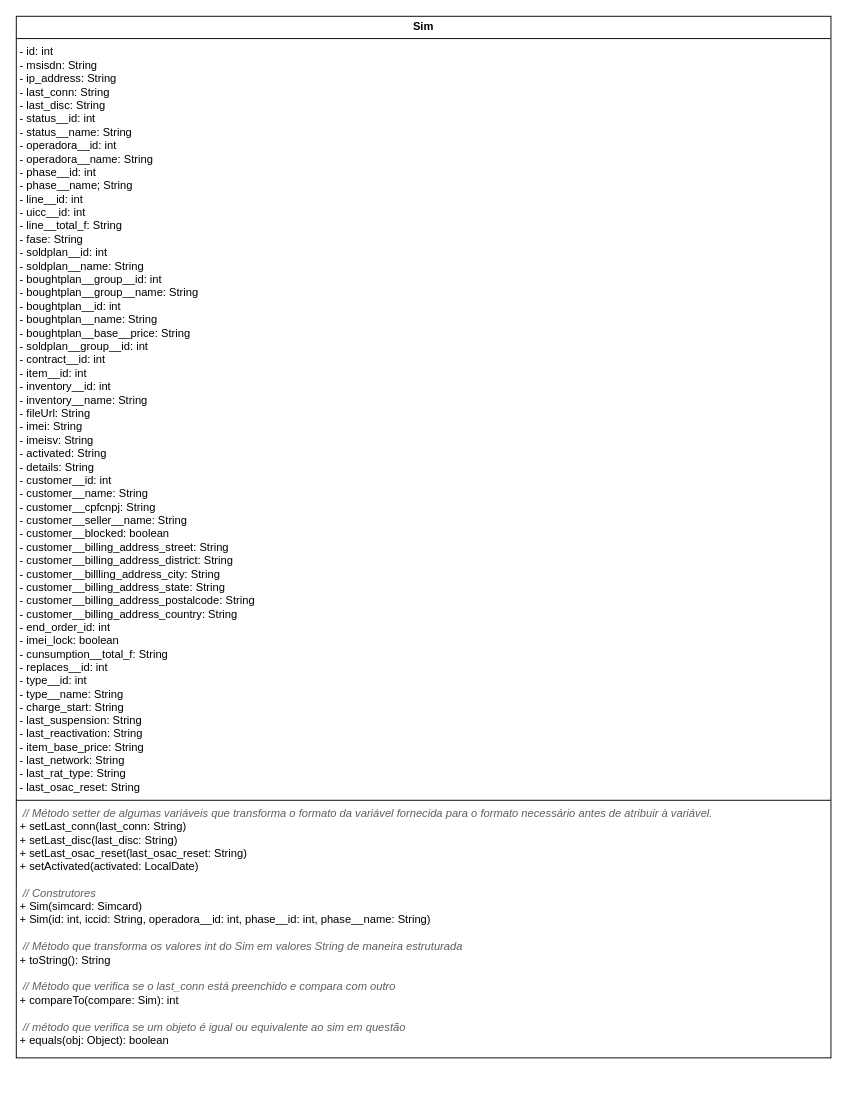
Earlier version of the draw.io diagram Sim.drawio (GiovanniMendesC/diagrama-classes-LSM). Source tidied: cells renumbered, new cells numbered last; positions are measured from the earlier drawing's top-left corner, leaving out a move shared by most shapes. Both pictures are drawn from the tidied source at 93%, with x=0, y=0 at pixel (16, 16).
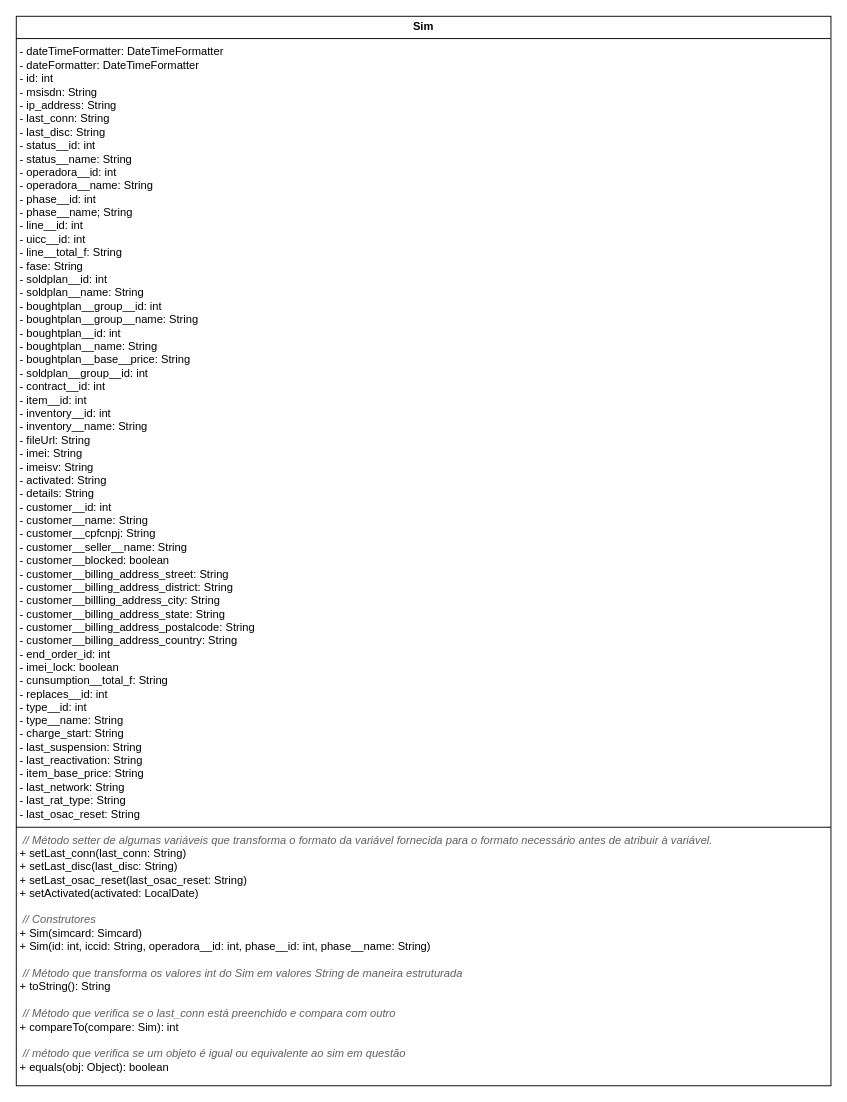
After the change.

Change to the diagram source:
```diff
@@
 <mxGraphModel>
   <root>
     <mxCell id="0" />
     <mxCell id="1" parent="0" />
-    <mxCell id="2" value="&lt;p style=&quot;margin:0px;margin-top:4px;text-align:center;&quot;&gt;&lt;b&gt;Sim&lt;/b&gt;&lt;/p&gt;&lt;hr size=&quot;1&quot; style=&quot;border-style:solid;&quot;&gt;&lt;p style=&quot;margin:0px;margin-left:4px;&quot;&gt;- id: int&lt;/p&gt;&lt;p style=&quot;margin:0px;margin-left:4px;&quot;&gt;- msisdn: String&lt;/p&gt;&lt;p style=&quot;margin:0px;margin-left:4px;&quot;&gt;- ip_address: String&lt;/p&gt;&lt;p style=&quot;margin:0px;margin-left:4px;&quot;&gt;- last_conn: String&lt;/p&gt;&lt;p style=&quot;margin:0px;margin-left:4px;&quot;&gt;- last_disc: String&lt;/p&gt;&lt;p style=&quot;margin:0px;margin-left:4px;&quot;&gt;- status__id: int&lt;/p&gt;&lt;p style=&quot;margin:0px;margin-left:4px;&quot;&gt;- status__name: String&lt;/p&gt;&lt;p style=&quot;margin:0px;margin-left:4px;&quot;&gt;- operadora__id: int&lt;/p&gt;&lt;p style=&quot;margin:0px;margin-left:4px;&quot;&gt;- operadora__name: String&lt;/p&gt;&lt;p style=&quot;margin:0px;margin-left:4px;&quot;&gt;- phase__id: int&lt;/p&gt;&lt;p style=&quot;margin:0px;margin-left:4px;&quot;&gt;- phase__name; String&lt;/p&gt;&lt;p style=&quot;margin:0px;margin-left:4px;&quot;&gt;- line__id: int&lt;/p&gt;&lt;p style=&quot;margin:0px;margin-left:4px;&quot;&gt;- uicc__id: int&lt;/p&gt;&lt;p style=&quot;margin:0px;margin-left:4px;&quot;&gt;- line__total_f: String&lt;/p&gt;&lt;p style=&quot;margin:0px;margin-left:4px;&quot;&gt;- fase: String&lt;/p&gt;&lt;p style=&quot;margin:0px;margin-left:4px;&quot;&gt;- soldplan__id: int&lt;/p&gt;&lt;p style=&quot;margin:0px;margin-left:4px;&quot;&gt;- soldplan__name: String&lt;/p&gt;&lt;p style=&quot;margin:0px;margin-left:4px;&quot;&gt;- boughtplan__group__id: int&lt;/p&gt;&lt;p style=&quot;margin:0px;margin-left:4px;&quot;&gt;- boughtplan__group__name: String&lt;/p&gt;&lt;p style=&quot;margin:0px;margin-left:4px;&quot;&gt;- boughtplan__id: int&lt;/p&gt;&lt;p style=&quot;margin:0px;margin-left:4px;&quot;&gt;- boughtplan__name: String&lt;/p&gt;&lt;p style=&quot;margin:0px;margin-left:4px;&quot;&gt;- boughtplan__base__price: String&lt;/p&gt;&lt;p style=&quot;margin:0px;margin-left:4px;&quot;&gt;- soldplan__group__id: int&lt;/p&gt;&lt;p style=&quot;margin:0px;margin-left:4px;&quot;&gt;- contract__id: int&lt;/p&gt;&lt;p style=&quot;margin:0px;margin-left:4px;&quot;&gt;- item__id: int&lt;/p&gt;&lt;p style=&quot;margin:0px;margin-left:4px;&quot;&gt;- inventory__id: int&lt;/p&gt;&lt;p style=&quot;margin:0px;margin-left:4px;&quot;&gt;- inventory__name: String&lt;/p&gt;&lt;p style=&quot;margin:0px;margin-left:4px;&quot;&gt;- fileUrl: String&lt;/p&gt;&lt;p style=&quot;margin:0px;margin-left:4px;&quot;&gt;- imei: String&lt;/p&gt;&lt;p style=&quot;margin:0px;margin-left:4px;&quot;&gt;- imeisv: String&lt;/p&gt;&lt;p style=&quot;margin:0px;margin-left:4px;&quot;&gt;- activated: String&lt;/p&gt;&lt;p style=&quot;margin:0px;margin-left:4px;&quot;&gt;- details: String&lt;/p&gt;&lt;p style=&quot;margin:0px;margin-left:4px;&quot;&gt;- customer__id: int&lt;/p&gt;&lt;p style=&quot;margin:0px;margin-left:4px;&quot;&gt;- customer__name: String&lt;/p&gt;&lt;p style=&quot;margin:0px;margin-left:4px;&quot;&gt;- customer__cpfcnpj: String&lt;/p&gt;&lt;p style=&quot;margin:0px;margin-left:4px;&quot;&gt;- customer__seller__name: String&lt;/p&gt;&lt;p style=&quot;margin:0px;margin-left:4px;&quot;&gt;- customer__blocked: boolean&lt;/p&gt;&lt;p style=&quot;margin:0px;margin-left:4px;&quot;&gt;- customer__billing_address_street: String&lt;/p&gt;&lt;p style=&quot;margin:0px;margin-left:4px;&quot;&gt;- customer__billing_address_district: String&lt;/p&gt;&lt;p style=&quot;margin:0px;margin-left:4px;&quot;&gt;- customer__billling_address_city: String&lt;/p&gt;&lt;p style=&quot;margin:0px;margin-left:4px;&quot;&gt;- customer__billing_address_state: String&lt;/p&gt;&lt;p style=&quot;margin:0px;margin-left:4px;&quot;&gt;- customer__billing_address_postalcode: String&lt;/p&gt;&lt;p style=&quot;margin:0px;margin-left:4px;&quot;&gt;- customer__billing_address_country: String&lt;/p&gt;&lt;p style=&quot;margin:0px;margin-left:4px;&quot;&gt;- end_order_id: int&lt;/p&gt;&lt;p style=&quot;margin:0px;margin-left:4px;&quot;&gt;- imei_lock: boolean&lt;/p&gt;&lt;p style=&quot;margin:0px;margin-left:4px;&quot;&gt;- cunsumption__total_f: String&lt;/p&gt;&lt;p style=&quot;margin:0px;margin-left:4px;&quot;&gt;- replaces__id: int&lt;/p&gt;&lt;p style=&quot;margin:0px;margin-left:4px;&quot;&gt;- type__id: int&lt;/p&gt;&lt;p style=&quot;margin:0px;margin-left:4px;&quot;&gt;- type__name: String&lt;/p&gt;&lt;p style=&quot;margin:0px;margin-left:4px;&quot;&gt;- charge_start: String&lt;/p&gt;&lt;p style=&quot;margin:0px;margin-left:4px;&quot;&gt;- last_suspension: String&lt;/p&gt;&lt;p style=&quot;margin:0px;margin-left:4px;&quot;&gt;- last_reactivation: String&lt;/p&gt;&lt;p style=&quot;margin:0px;margin-left:4px;&quot;&gt;- item_base_price: String&lt;/p&gt;&lt;p style=&quot;margin:0px;margin-left:4px;&quot;&gt;- last_network: String&lt;/p&gt;&lt;p style=&quot;margin:0px;margin-left:4px;&quot;&gt;- last_rat_type: String&lt;/p&gt;&lt;p style=&quot;margin:0px;margin-left:4px;&quot;&gt;- last_osac_reset: String&lt;/p&gt;&lt;hr size=&quot;1&quot; style=&quot;border-style:solid;&quot;&gt;&lt;p style=&quot;margin:0px;margin-left:4px;&quot;&gt;&lt;i&gt;&lt;font color=&quot;#5e5e5e&quot;&gt;&amp;nbsp;// Método setter de algumas variáveis que transforma o formato da variável fornecida para o formato necessário antes de atribuir à variável.&lt;/font&gt;&lt;/i&gt;&lt;/p&gt;&lt;p style=&quot;margin:0px;margin-left:4px;&quot;&gt;+ setLast_conn(last_conn: String)&amp;nbsp;&lt;/p&gt;&lt;p style=&quot;margin:0px;margin-left:4px;&quot;&gt;+ setLast_disc(last_disc: String)&lt;/p&gt;&lt;p style=&quot;margin:0px;margin-left:4px;&quot;&gt;+ setLast_osac_reset(last_osac_reset: String)&lt;/p&gt;&lt;p style=&quot;margin:0px;margin-left:4px;&quot;&gt;+ setActivated(activated: LocalDate)&lt;/p&gt;&lt;p style=&quot;margin:0px;margin-left:4px;&quot;&gt;&lt;br&gt;&lt;/p&gt;&lt;p style=&quot;margin:0px;margin-left:4px;&quot;&gt;&lt;i&gt;&lt;font color=&quot;#5e5e5e&quot;&gt;&amp;nbsp;// Construtores&lt;/font&gt;&lt;/i&gt;&lt;/p&gt;&lt;p style=&quot;margin:0px;margin-left:4px;&quot;&gt;+ Sim(simcard: Simcard)&lt;/p&gt;&lt;p style=&quot;margin:0px;margin-left:4px;&quot;&gt;+ Sim(id: int, iccid: String, operadora__id: int, phase__id: int, phase__name: String)&lt;/p&gt;&lt;p style=&quot;margin:0px;margin-left:4px;&quot;&gt;&lt;br&gt;&lt;/p&gt;&lt;p style=&quot;margin:0px;margin-left:4px;&quot;&gt;&lt;i&gt;&lt;font color=&quot;#5e5e5e&quot;&gt;&amp;nbsp;// Método que transforma os valores int do Sim em valores String de maneira estruturada&lt;/font&gt;&lt;/i&gt;&lt;/p&gt;&lt;p style=&quot;margin:0px;margin-left:4px;&quot;&gt;+ toString(): String&lt;/p&gt;&lt;p style=&quot;margin:0px;margin-left:4px;&quot;&gt;&lt;br&gt;&lt;/p&gt;&lt;p style=&quot;margin:0px;margin-left:4px;&quot;&gt;&lt;i&gt;&lt;font color=&quot;#5e5e5e&quot;&gt;&amp;nbsp;// Método que verifica se o last_conn está preenchido e compara com outro&amp;nbsp;&lt;/font&gt;&lt;/i&gt;&lt;/p&gt;&lt;p style=&quot;margin:0px;margin-left:4px;&quot;&gt;+ compareTo(compare: Sim): int&lt;/p&gt;&lt;p style=&quot;margin:0px;margin-left:4px;&quot;&gt;&lt;br&gt;&lt;/p&gt;&lt;p style=&quot;margin:0px;margin-left:4px;&quot;&gt;&lt;i&gt;&lt;font color=&quot;#5e5e5e&quot;&gt;&amp;nbsp;// método que verifica se um objeto é igual ou equivalente ao sim em questão&lt;/font&gt;&lt;/i&gt;&lt;/p&gt;&lt;p style=&quot;margin:0px;margin-left:4px;&quot;&gt;+ equals(obj: Object): boolean&lt;/p&gt;" style="verticalAlign=top;align=left;overflow=fill;html=1;whiteSpace=wrap;" parent="1" vertex="1">
-      <mxGeometry width="876" height="1120" as="geometry" />
+    <mxCell id="2" value="&lt;p style=&quot;margin:0px;margin-top:4px;text-align:center;&quot;&gt;&lt;b&gt;Sim&lt;/b&gt;&lt;/p&gt;&lt;hr size=&quot;1&quot; style=&quot;border-style:solid;&quot;&gt;&lt;p style=&quot;margin:0px;margin-left:4px;&quot;&gt;- dateTimeFormatter: DateTimeFormatter&lt;/p&gt;&lt;p style=&quot;margin:0px;margin-left:4px;&quot;&gt;- dateFormatter: DateTimeFormatter&lt;/p&gt;&lt;p style=&quot;margin:0px;margin-left:4px;&quot;&gt;- id: int&lt;/p&gt;&lt;p style=&quot;margin:0px;margin-left:4px;&quot;&gt;- msisdn: String&lt;/p&gt;&lt;p style=&quot;margin:0px;margin-left:4px;&quot;&gt;- ip_address: String&lt;/p&gt;&lt;p style=&quot;margin:0px;margin-left:4px;&quot;&gt;- last_conn: String&lt;/p&gt;&lt;p style=&quot;margin:0px;margin-left:4px;&quot;&gt;- last_disc: String&lt;/p&gt;&lt;p style=&quot;margin:0px;margin-left:4px;&quot;&gt;- status__id: int&lt;/p&gt;&lt;p style=&quot;margin:0px;margin-left:4px;&quot;&gt;- status__name: String&lt;/p&gt;&lt;p style=&quot;margin:0px;margin-left:4px;&quot;&gt;- operadora__id: int&lt;/p&gt;&lt;p style=&quot;margin:0px;margin-left:4px;&quot;&gt;- operadora__name: String&lt;/p&gt;&lt;p style=&quot;margin:0px;margin-left:4px;&quot;&gt;- phase__id: int&lt;/p&gt;&lt;p style=&quot;margin:0px;margin-left:4px;&quot;&gt;- phase__name; String&lt;/p&gt;&lt;p style=&quot;margin:0px;margin-left:4px;&quot;&gt;- line__id: int&lt;/p&gt;&lt;p style=&quot;margin:0px;margin-left:4px;&quot;&gt;- uicc__id: int&lt;/p&gt;&lt;p style=&quot;margin:0px;margin-left:4px;&quot;&gt;- line__total_f: String&lt;/p&gt;&lt;p style=&quot;margin:0px;margin-left:4px;&quot;&gt;- fase: String&lt;/p&gt;&lt;p style=&quot;margin:0px;margin-left:4px;&quot;&gt;- soldplan__id: int&lt;/p&gt;&lt;p style=&quot;margin:0px;margin-left:4px;&quot;&gt;- soldplan__name: String&lt;/p&gt;&lt;p style=&quot;margin:0px;margin-left:4px;&quot;&gt;- boughtplan__group__id: int&lt;/p&gt;&lt;p style=&quot;margin:0px;margin-left:4px;&quot;&gt;- boughtplan__group__name: String&lt;/p&gt;&lt;p style=&quot;margin:0px;margin-left:4px;&quot;&gt;- boughtplan__id: int&lt;/p&gt;&lt;p style=&quot;margin:0px;margin-left:4px;&quot;&gt;- boughtplan__name: String&lt;/p&gt;&lt;p style=&quot;margin:0px;margin-left:4px;&quot;&gt;- boughtplan__base__price: String&lt;/p&gt;&lt;p style=&quot;margin:0px;margin-left:4px;&quot;&gt;- soldplan__group__id: int&lt;/p&gt;&lt;p style=&quot;margin:0px;margin-left:4px;&quot;&gt;- contract__id: int&lt;/p&gt;&lt;p style=&quot;margin:0px;margin-left:4px;&quot;&gt;- item__id: int&lt;/p&gt;&lt;p style=&quot;margin:0px;margin-left:4px;&quot;&gt;- inventory__id: int&lt;/p&gt;&lt;p style=&quot;margin:0px;margin-left:4px;&quot;&gt;- inventory__name: String&lt;/p&gt;&lt;p style=&quot;margin:0px;margin-left:4px;&quot;&gt;- fileUrl: String&lt;/p&gt;&lt;p style=&quot;margin:0px;margin-left:4px;&quot;&gt;- imei: String&lt;/p&gt;&lt;p style=&quot;margin:0px;margin-left:4px;&quot;&gt;- imeisv: String&lt;/p&gt;&lt;p style=&quot;margin:0px;margin-left:4px;&quot;&gt;- activated: String&lt;/p&gt;&lt;p style=&quot;margin:0px;margin-left:4px;&quot;&gt;- details: String&lt;/p&gt;&lt;p style=&quot;margin:0px;margin-left:4px;&quot;&gt;- customer__id: int&lt;/p&gt;&lt;p style=&quot;margin:0px;margin-left:4px;&quot;&gt;- customer__name: String&lt;/p&gt;&lt;p style=&quot;margin:0px;margin-left:4px;&quot;&gt;- customer__cpfcnpj: String&lt;/p&gt;&lt;p style=&quot;margin:0px;margin-left:4px;&quot;&gt;- customer__seller__name: String&lt;/p&gt;&lt;p style=&quot;margin:0px;margin-left:4px;&quot;&gt;- customer__blocked: boolean&lt;/p&gt;&lt;p style=&quot;margin:0px;margin-left:4px;&quot;&gt;- customer__billing_address_street: String&lt;/p&gt;&lt;p style=&quot;margin:0px;margin-left:4px;&quot;&gt;- customer__billing_address_district: String&lt;/p&gt;&lt;p style=&quot;margin:0px;margin-left:4px;&quot;&gt;- customer__billling_address_city: String&lt;/p&gt;&lt;p style=&quot;margin:0px;margin-left:4px;&quot;&gt;- customer__billing_address_state: String&lt;/p&gt;&lt;p style=&quot;margin:0px;margin-left:4px;&quot;&gt;- customer__billing_address_postalcode: String&lt;/p&gt;&lt;p style=&quot;margin:0px;margin-left:4px;&quot;&gt;- customer__billing_address_country: String&lt;/p&gt;&lt;p style=&quot;margin:0px;margin-left:4px;&quot;&gt;- end_order_id: int&lt;/p&gt;&lt;p style=&quot;margin:0px;margin-left:4px;&quot;&gt;- imei_lock: boolean&lt;/p&gt;&lt;p style=&quot;margin:0px;margin-left:4px;&quot;&gt;- cunsumption__total_f: String&lt;/p&gt;&lt;p style=&quot;margin:0px;margin-left:4px;&quot;&gt;- replaces__id: int&lt;/p&gt;&lt;p style=&quot;margin:0px;margin-left:4px;&quot;&gt;- type__id: int&lt;/p&gt;&lt;p style=&quot;margin:0px;margin-left:4px;&quot;&gt;- type__name: String&lt;/p&gt;&lt;p style=&quot;margin:0px;margin-left:4px;&quot;&gt;- charge_start: String&lt;/p&gt;&lt;p style=&quot;margin:0px;margin-left:4px;&quot;&gt;- last_suspension: String&lt;/p&gt;&lt;p style=&quot;margin:0px;margin-left:4px;&quot;&gt;- last_reactivation: String&lt;/p&gt;&lt;p style=&quot;margin:0px;margin-left:4px;&quot;&gt;- item_base_price: String&lt;/p&gt;&lt;p style=&quot;margin:0px;margin-left:4px;&quot;&gt;- last_network: String&lt;/p&gt;&lt;p style=&quot;margin:0px;margin-left:4px;&quot;&gt;- last_rat_type: String&lt;/p&gt;&lt;p style=&quot;margin:0px;margin-left:4px;&quot;&gt;- last_osac_reset: String&lt;/p&gt;&lt;hr size=&quot;1&quot; style=&quot;border-style:solid;&quot;&gt;&lt;p style=&quot;margin:0px;margin-left:4px;&quot;&gt;&lt;i&gt;&lt;font color=&quot;#5e5e5e&quot;&gt;&amp;nbsp;// Método setter de algumas variáveis que transforma o formato da variável fornecida para o formato necessário antes de atribuir à variável.&lt;/font&gt;&lt;/i&gt;&lt;/p&gt;&lt;p style=&quot;margin:0px;margin-left:4px;&quot;&gt;+ setLast_conn(last_conn: String)&amp;nbsp;&lt;/p&gt;&lt;p style=&quot;margin:0px;margin-left:4px;&quot;&gt;+ setLast_disc(last_disc: String)&lt;/p&gt;&lt;p style=&quot;margin:0px;margin-left:4px;&quot;&gt;+ setLast_osac_reset(last_osac_reset: String)&lt;/p&gt;&lt;p style=&quot;margin:0px;margin-left:4px;&quot;&gt;+ setActivated(activated: LocalDate)&lt;/p&gt;&lt;p style=&quot;margin:0px;margin-left:4px;&quot;&gt;&lt;br&gt;&lt;/p&gt;&lt;p style=&quot;margin:0px;margin-left:4px;&quot;&gt;&lt;i&gt;&lt;font color=&quot;#5e5e5e&quot;&gt;&amp;nbsp;// Construtores&lt;/font&gt;&lt;/i&gt;&lt;/p&gt;&lt;p style=&quot;margin:0px;margin-left:4px;&quot;&gt;+ Sim(simcard: Simcard)&lt;/p&gt;&lt;p style=&quot;margin:0px;margin-left:4px;&quot;&gt;+ Sim(id: int, iccid: String, operadora__id: int, phase__id: int, phase__name: String)&lt;/p&gt;&lt;p style=&quot;margin:0px;margin-left:4px;&quot;&gt;&lt;br&gt;&lt;/p&gt;&lt;p style=&quot;margin:0px;margin-left:4px;&quot;&gt;&lt;i&gt;&lt;font color=&quot;#5e5e5e&quot;&gt;&amp;nbsp;// Método que transforma os valores int do Sim em valores String de maneira estruturada&lt;/font&gt;&lt;/i&gt;&lt;/p&gt;&lt;p style=&quot;margin:0px;margin-left:4px;&quot;&gt;+ toString(): String&lt;/p&gt;&lt;p style=&quot;margin:0px;margin-left:4px;&quot;&gt;&lt;br&gt;&lt;/p&gt;&lt;p style=&quot;margin:0px;margin-left:4px;&quot;&gt;&lt;i&gt;&lt;font color=&quot;#5e5e5e&quot;&gt;&amp;nbsp;// Método que verifica se o last_conn está preenchido e compara com outro&amp;nbsp;&lt;/font&gt;&lt;/i&gt;&lt;/p&gt;&lt;p style=&quot;margin:0px;margin-left:4px;&quot;&gt;+ compareTo(compare: Sim): int&lt;/p&gt;&lt;p style=&quot;margin:0px;margin-left:4px;&quot;&gt;&lt;br&gt;&lt;/p&gt;&lt;p style=&quot;margin:0px;margin-left:4px;&quot;&gt;&lt;i&gt;&lt;font color=&quot;#5e5e5e&quot;&gt;&amp;nbsp;// método que verifica se um objeto é igual ou equivalente ao sim em questão&lt;/font&gt;&lt;/i&gt;&lt;/p&gt;&lt;p style=&quot;margin:0px;margin-left:4px;&quot;&gt;+ equals(obj: Object): boolean&lt;/p&gt;" style="verticalAlign=top;align=left;overflow=fill;html=1;whiteSpace=wrap;" parent="1" vertex="1">
+      <mxGeometry width="876" height="1150" as="geometry" />
     </mxCell>
   </root>
 </mxGraphModel>
```
